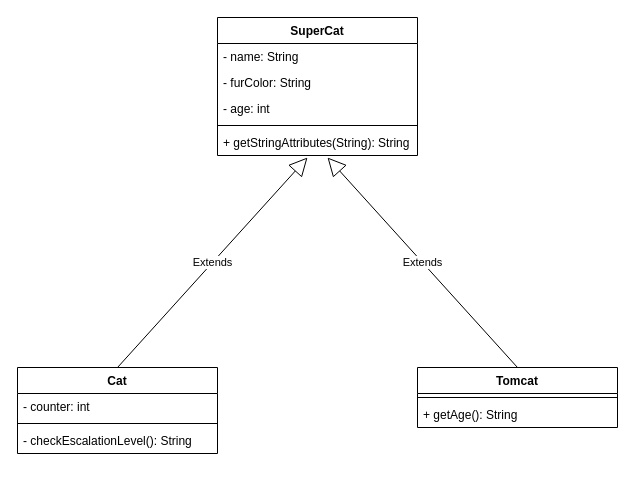
Earlier version of the draw.io diagram page "SuperCat" (4 of 4) of cat.drawio (mamedos73/03a_Inheritance_Vererbung). Source tidied: cells renumbered, new cells numbered last; positions are measured from the earlier drawing's top-left corner, leaving out a move shared by most shapes. Both pictures are drawn from the tidied source at 100%, with x=0, y=0 at pixel (17, 17).
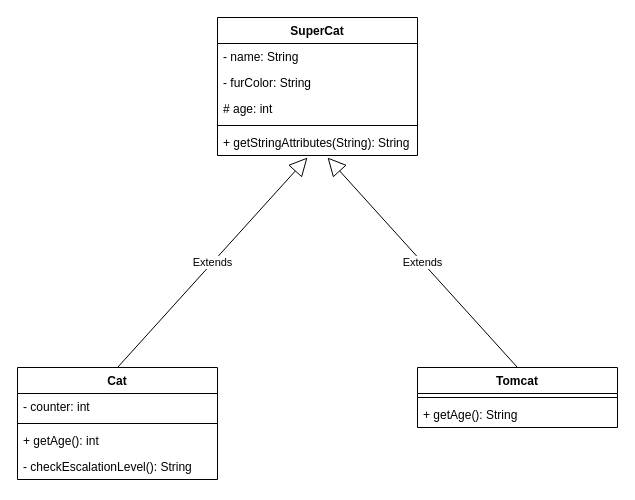
After the change.

The edit, as a diff of the source:
```diff
@@
 <mxGraphModel>
   <root>
     <mxCell id="0" />
     <mxCell id="1" parent="0" />
     <mxCell id="2" value="Cat" style="swimlane;fontStyle=1;align=center;verticalAlign=top;horizontal=1;startSize=26;" parent="1" vertex="1">
-      <mxGeometry y="350" width="200" height="86" as="geometry" />
+      <mxGeometry y="350" width="200" height="112" as="geometry" />
     </mxCell>
     <mxCell id="3" value="- counter: int" style="text;strokeColor=none;fillColor=none;align=left;verticalAlign=top;spacingLeft=4;spacingRight=4;overflow=hidden;" parent="2" vertex="1">
       <mxGeometry y="26" width="200" height="26" as="geometry" />
     </mxCell>
     <mxCell id="4" style="line;strokeWidth=1;fillColor=none;align=left;verticalAlign=middle;spacingTop=-1;spacingLeft=3;spacingRight=3;labelPosition=right;" parent="2" vertex="1">
       <mxGeometry y="52" width="200" height="8" as="geometry" />
     </mxCell>
-    <mxCell id="5" value="- checkEscalationLevel(): String" style="text;strokeColor=none;fillColor=none;align=left;verticalAlign=top;spacingLeft=4;spacingRight=4;overflow=hidden;" parent="2" vertex="1">
+    <mxCell id="5" value="+ getAge(): int" style="text;strokeColor=none;fillColor=none;align=left;verticalAlign=top;spacingLeft=4;spacingRight=4;overflow=hidden;" parent="2" vertex="1">
       <mxGeometry y="60" width="200" height="26" as="geometry" />
     </mxCell>
+    <mxCell id="17" value="- checkEscalationLevel(): String" style="text;strokeColor=none;fillColor=none;align=left;verticalAlign=top;spacingLeft=4;spacingRight=4;overflow=hidden;" parent="2" vertex="1">
+      <mxGeometry y="86" width="200" height="26" as="geometry" />
+    </mxCell>
     <mxCell id="6" value="Tomcat" style="swimlane;fontStyle=1;align=center;verticalAlign=top;horizontal=1;startSize=26;" parent="1" vertex="1">
       <mxGeometry x="400" y="350" width="200" height="60" as="geometry" />
     </mxCell>
     <mxCell id="7" style="line;strokeWidth=1;fillColor=none;align=left;verticalAlign=middle;spacingTop=-1;spacingLeft=3;spacingRight=3;labelPosition=right;" parent="6" vertex="1">
       <mxGeometry y="26" width="200" height="8" as="geometry" />
     </mxCell>
     <mxCell id="8" value="+ getAge(): String" style="text;strokeColor=none;fillColor=none;align=left;verticalAlign=top;spacingLeft=4;spacingRight=4;overflow=hidden;" parent="6" vertex="1">
       <mxGeometry y="34" width="200" height="26" as="geometry" />
     </mxCell>
     <mxCell id="9" value="SuperCat" style="swimlane;fontStyle=1;align=center;verticalAlign=top;horizontal=1;startSize=26;" parent="1" vertex="1">
       <mxGeometry x="200" width="200" height="138" as="geometry" />
     </mxCell>
     <mxCell id="10" value="- name: String" style="text;strokeColor=none;fillColor=none;align=left;verticalAlign=top;spacingLeft=4;spacingRight=4;overflow=hidden;" parent="9" vertex="1">
       <mxGeometry y="26" width="200" height="26" as="geometry" />
     </mxCell>
     <mxCell id="11" value="- furColor: String" style="text;strokeColor=none;fillColor=none;align=left;verticalAlign=top;spacingLeft=4;spacingRight=4;overflow=hidden;" parent="9" vertex="1">
       <mxGeometry y="52" width="200" height="26" as="geometry" />
     </mxCell>
-    <mxCell id="12" value="- age: int" style="text;strokeColor=none;fillColor=none;align=left;verticalAlign=top;spacingLeft=4;spacingRight=4;overflow=hidden;" parent="9" vertex="1">
+    <mxCell id="12" value="# age: int" style="text;strokeColor=none;fillColor=none;align=left;verticalAlign=top;spacingLeft=4;spacingRight=4;overflow=hidden;" parent="9" vertex="1">
       <mxGeometry y="78" width="200" height="26" as="geometry" />
     </mxCell>
     <mxCell id="13" style="line;strokeWidth=1;fillColor=none;align=left;verticalAlign=middle;spacingTop=-1;spacingLeft=3;spacingRight=3;labelPosition=right;" parent="9" vertex="1">
       <mxGeometry y="104" width="200" height="8" as="geometry" />
     </mxCell>
     <mxCell id="14" value="+ getStringAttributes(String): String" style="text;strokeColor=none;fillColor=none;align=left;verticalAlign=top;spacingLeft=4;spacingRight=4;overflow=hidden;" parent="9" vertex="1">
       <mxGeometry y="112" width="200" height="26" as="geometry" />
     </mxCell>
     <mxCell id="15" value="Extends" style="endArrow=block;endSize=16;endFill=0;html=1;exitX=0.5;exitY=0;exitDx=0;exitDy=0;" parent="1" edge="1" source="6">
       <mxGeometry relative="1" as="geometry">
         <mxPoint x="310" y="140" as="targetPoint" />
       </mxGeometry>
     </mxCell>
     <mxCell id="16" value="Extends" style="endArrow=block;endSize=16;endFill=0;html=1;exitX=0.5;exitY=0;exitDx=0;exitDy=0;" parent="1" edge="1" source="2">
       <mxGeometry relative="1" as="geometry">
         <mxPoint x="290" y="140" as="targetPoint" />
       </mxGeometry>
     </mxCell>
   </root>
 </mxGraphModel>
```
